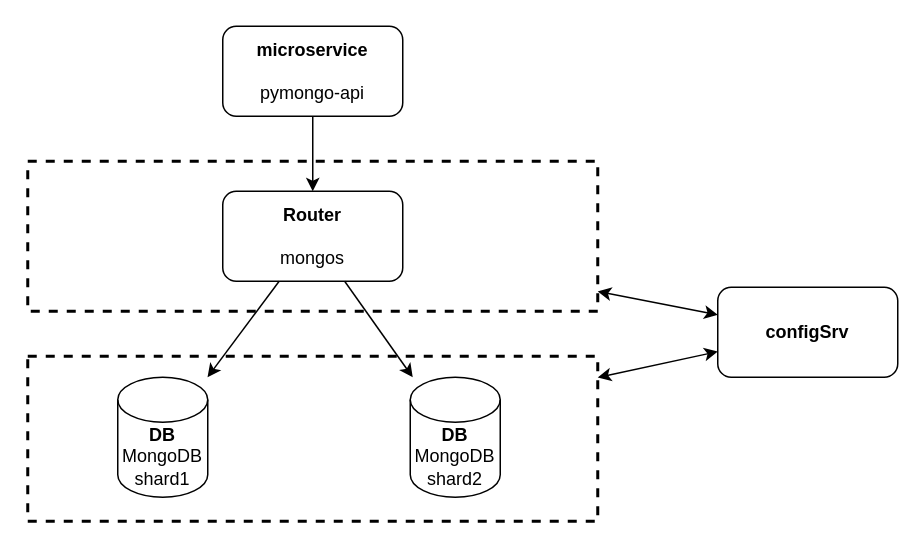
Before: schemas/v1-task1.drawio in foxy-gal/architecture-black_friday, a draw.io diagram. Source tidied: cells renumbered, new cells numbered last; positions are measured from the earlier drawing's top-left corner, leaving out a move shared by most shapes. Both pictures are drawn from the tidied source at 150%, with x=0, y=0 at pixel (27, 26).
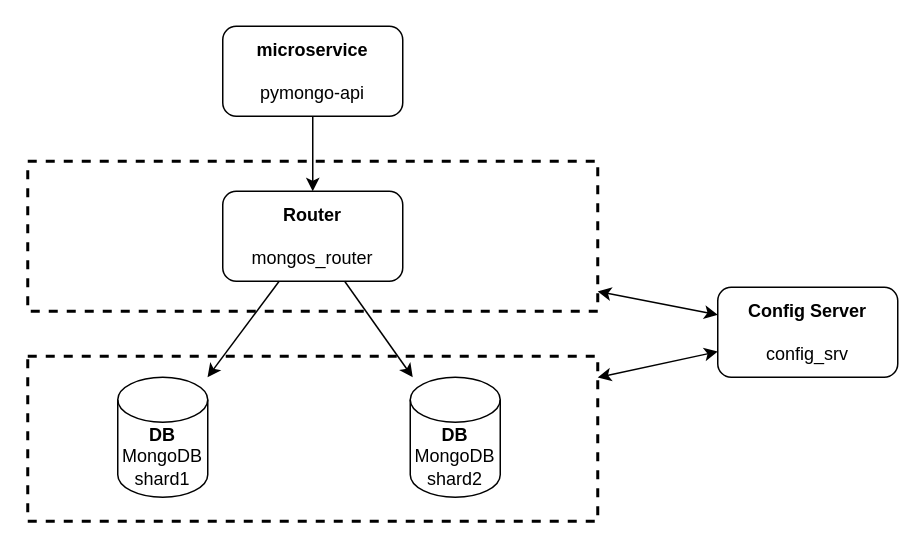
Above is the later version.

What changed in the source:
```diff
@@
 <mxGraphModel>
   <root>
     <mxCell id="0" />
     <mxCell id="1" parent="0" />
     <mxCell id="2" style="rounded=0;whiteSpace=wrap;html=1;fillColor=none;dashed=1;strokeWidth=2;" parent="1" vertex="1">
       <mxGeometry y="90" width="380" height="100" as="geometry" />
     </mxCell>
     <mxCell id="3" style="rounded=0;whiteSpace=wrap;html=1;fillColor=none;dashed=1;strokeWidth=2;" parent="1" vertex="1">
       <mxGeometry y="220" width="380" height="110" as="geometry" />
     </mxCell>
     <mxCell id="4" value="&lt;div&gt;&lt;b&gt;DB&lt;/b&gt;&lt;/div&gt;MongoDB&lt;div&gt;shard1&lt;/div&gt;" style="shape=cylinder3;whiteSpace=wrap;html=1;boundedLbl=1;backgroundOutline=1;size=15;" parent="1" vertex="1">
       <mxGeometry x="60" y="234" width="60" height="80" as="geometry" />
     </mxCell>
-    <mxCell id="5" value="&lt;b&gt;Router&lt;/b&gt;&lt;div&gt;&lt;br&gt;&lt;/div&gt;&lt;div&gt;mongos&lt;/div&gt;" style="rounded=1;whiteSpace=wrap;html=1;" parent="1" vertex="1">
+    <mxCell id="5" value="&lt;b&gt;Router&lt;/b&gt;&lt;div&gt;&lt;br&gt;&lt;/div&gt;&lt;div&gt;mongos_router&lt;/div&gt;" style="rounded=1;whiteSpace=wrap;html=1;" parent="1" vertex="1">
       <mxGeometry x="130" y="110" width="120" height="60" as="geometry" />
     </mxCell>
     <mxCell id="6" style="edgeStyle=none;html=1;entryX=0.5;entryY=0;entryDx=0;entryDy=0;" parent="1" edge="1" source="7" target="5">
       <mxGeometry relative="1" as="geometry" />
     </mxCell>
     <mxCell id="7" value="&lt;div&gt;&lt;b&gt;microservice&lt;/b&gt;&lt;/div&gt;&lt;div&gt;&lt;br&gt;&lt;/div&gt;pymongo-api" style="rounded=1;whiteSpace=wrap;html=1;" parent="1" vertex="1">
       <mxGeometry x="130" width="120" height="60" as="geometry" />
     </mxCell>
     <mxCell id="8" value="&lt;div&gt;&lt;b&gt;DB&lt;/b&gt;&lt;/div&gt;MongoDB&lt;div&gt;shard2&lt;/div&gt;" style="shape=cylinder3;whiteSpace=wrap;html=1;boundedLbl=1;backgroundOutline=1;size=15;" parent="1" vertex="1">
       <mxGeometry x="255" y="234" width="60" height="80" as="geometry" />
     </mxCell>
     <mxCell id="9" style="edgeStyle=none;html=1;" parent="1" edge="1" source="5" target="4">
       <mxGeometry relative="1" as="geometry" />
     </mxCell>
     <mxCell id="10" style="edgeStyle=none;html=1;" parent="1" edge="1" source="5" target="8">
       <mxGeometry relative="1" as="geometry" />
     </mxCell>
-    <mxCell id="11" value="&lt;b&gt;configSrv&lt;/b&gt;" style="rounded=1;whiteSpace=wrap;html=1;" parent="1" vertex="1">
+    <mxCell id="11" value="&lt;div&gt;&lt;b&gt;Config Server&lt;/b&gt;&lt;/div&gt;&lt;div&gt;&lt;b&gt;&lt;br&gt;&lt;/b&gt;&lt;/div&gt;config_srv" style="rounded=1;whiteSpace=wrap;html=1;" parent="1" vertex="1">
       <mxGeometry x="460" y="174" width="120" height="60" as="geometry" />
     </mxCell>
     <mxCell id="12" style="edgeStyle=none;html=1;startArrow=classic;startFill=1;" parent="1" edge="1" source="3" target="11">
       <mxGeometry relative="1" as="geometry" />
     </mxCell>
     <mxCell id="13" style="edgeStyle=none;html=1;startArrow=classic;startFill=1;" parent="1" edge="1" source="2" target="11">
       <mxGeometry relative="1" as="geometry" />
     </mxCell>
   </root>
 </mxGraphModel>
```
